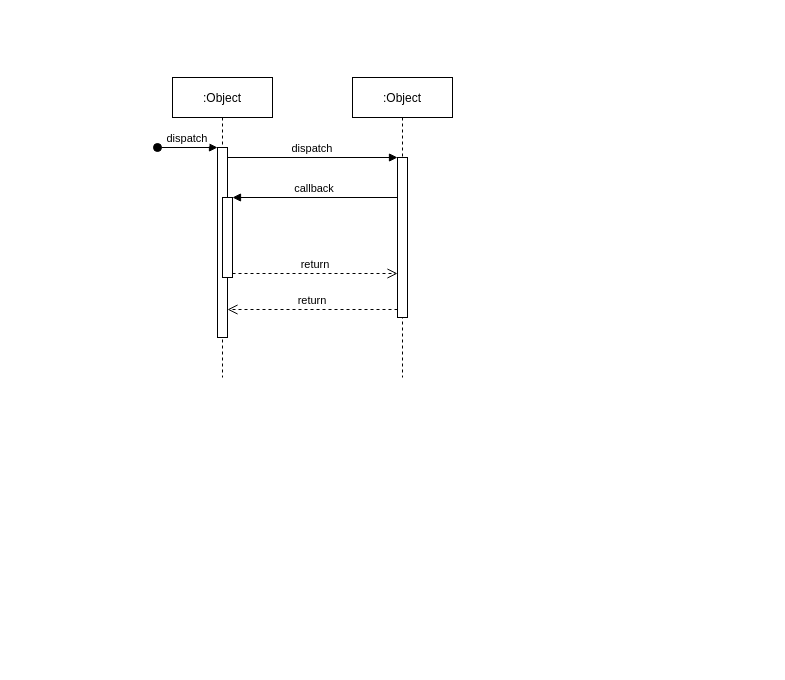
scrumtuous/world-travels keeps this draw.io diagram as Untitled Diagram.drawio. Above is the earlier version. Source tidied: cells renumbered, new cells numbered last; positions are measured from the earlier drawing's top-left corner, leaving out a move shared by most shapes. Both pictures are drawn from the tidied source at 100%, with x=0, y=0 at pixel (157, 77).
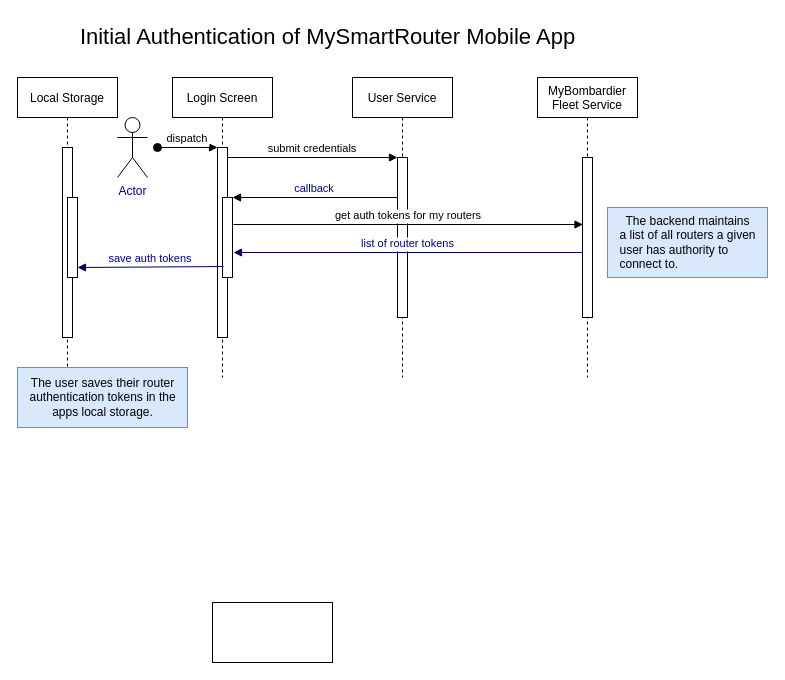
After the change.

Unchanged cells that the change refers to:
```xml
<mxCell id="3" style="points=[];perimeter=orthogonalPerimeter;rounded=0;shadow=0;strokeWidth=1;" parent="2" vertex="1">
  <mxGeometry x="45" y="70" width="10" height="190" as="geometry" />
</mxCell>
<mxCell id="5" style="points=[];perimeter=orthogonalPerimeter;rounded=0;shadow=0;strokeWidth=1;" parent="2" vertex="1">
  <mxGeometry x="50" y="120" width="10" height="80" as="geometry" />
</mxCell>
<mxCell id="7" style="points=[];perimeter=orthogonalPerimeter;rounded=0;shadow=0;strokeWidth=1;" parent="6" vertex="1">
  <mxGeometry x="45" y="80" width="10" height="160" as="geometry" />
</mxCell>
```

Change to the diagram source:
```diff
@@
-    <mxCell id="2" value=":Object" style="shape=umlLifeline;perimeter=lifelinePerimeter;rounded=0;shadow=0;strokeWidth=1;" parent="1" vertex="1">
+    <mxCell id="2" value="Login Screen" style="shape=umlLifeline;perimeter=lifelinePerimeter;rounded=0;shadow=0;strokeWidth=1;" parent="1" vertex="1">
       <mxGeometry x="15" width="100" height="300" as="geometry" />
     </mxCell>
@@
-    <mxCell id="6" value=":Object" style="shape=umlLifeline;perimeter=lifelinePerimeter;rounded=0;shadow=0;strokeWidth=1;" parent="1" vertex="1">
+    <mxCell id="6" value="User Service" style="shape=umlLifeline;perimeter=lifelinePerimeter;rounded=0;shadow=0;strokeWidth=1;" parent="1" vertex="1">
       <mxGeometry x="195" width="100" height="300" as="geometry" />
     </mxCell>
@@
-    <mxCell id="8" value="return" style="verticalAlign=bottom;endArrow=open;dashed=1;endSize=8;exitX=0;exitY=0.95;shadow=0;strokeWidth=1;" parent="1" edge="1" source="7" target="3">
-      <mxGeometry relative="1" as="geometry" />
-    </mxCell>
-    <mxCell id="9" value="dispatch" style="verticalAlign=bottom;endArrow=block;entryX=0;entryY=0;shadow=0;strokeWidth=1;" parent="1" edge="1" source="3" target="7">
+    <mxCell id="9" value="submit credentials" style="verticalAlign=bottom;endArrow=block;entryX=0;entryY=0;shadow=0;strokeWidth=1;" parent="1" edge="1" source="3" target="7">
       <mxGeometry relative="1" as="geometry" />
     </mxCell>
-    <mxCell id="10" value="callback" style="verticalAlign=bottom;endArrow=block;entryX=1;entryY=0;shadow=0;strokeWidth=1;" parent="1" edge="1" source="7" target="5">
+    <mxCell id="10" value="callback" style="verticalAlign=bottom;endArrow=block;entryX=1;entryY=0;shadow=0;strokeWidth=1;fontColor=#000099;" parent="1" edge="1" source="7" target="5">
       <mxGeometry relative="1" as="geometry" />
     </mxCell>
-    <mxCell id="11" value="return" style="verticalAlign=bottom;endArrow=open;dashed=1;endSize=8;exitX=1;exitY=0.95;shadow=0;strokeWidth=1;" parent="1" edge="1" source="5" target="7">
-      <mxGeometry relative="1" as="geometry" />
-    </mxCell>
+    <mxCell id="12" value="MyBombardier &#10;Fleet Service" style="shape=umlLifeline;perimeter=lifelinePerimeter;rounded=0;shadow=0;strokeWidth=1;" parent="1" vertex="1">
+      <mxGeometry x="380" width="100" height="300" as="geometry" />
+    </mxCell>
+    <mxCell id="13" style="perimeter=orthogonalPerimeter;rounded=0;shadow=0;strokeWidth=1;" parent="12" vertex="1">
+      <mxGeometry x="45" y="80" width="10" height="160" as="geometry" />
+    </mxCell>
+    <mxCell id="14" value="get auth tokens for my routers" style="verticalAlign=bottom;endArrow=block;shadow=0;strokeWidth=1;" parent="1" edge="1">
+      <mxGeometry relative="1" as="geometry">
+        <mxPoint x="76" y="147" as="sourcePoint" />
+        <mxPoint x="425.5" y="147" as="targetPoint" />
+      </mxGeometry>
+    </mxCell>
+    <mxCell id="15" value="list of router tokens" style="verticalAlign=bottom;endArrow=block;entryX=1;entryY=0;shadow=0;strokeWidth=1;strokeColor=#000066;fontColor=#000099;" parent="1" edge="1">
+      <mxGeometry relative="1" as="geometry">
+        <mxPoint x="425.5" y="175" as="sourcePoint" />
+        <mxPoint x="76" y="175" as="targetPoint" />
+      </mxGeometry>
+    </mxCell>
+    <mxCell id="16" value="Local Storage" style="shape=umlLifeline;perimeter=lifelinePerimeter;rounded=0;shadow=0;strokeWidth=1;" parent="1" vertex="1">
+      <mxGeometry x="-140" width="100" height="300" as="geometry" />
+    </mxCell>
+    <mxCell id="17" style="perimeter=orthogonalPerimeter;rounded=0;shadow=0;strokeWidth=1;" parent="16" vertex="1">
+      <mxGeometry x="45" y="70" width="10" height="190" as="geometry" />
+    </mxCell>
+    <mxCell id="18" style="perimeter=orthogonalPerimeter;rounded=0;shadow=0;strokeWidth=1;" parent="16" vertex="1">
+      <mxGeometry x="50" y="120" width="10" height="80" as="geometry" />
+    </mxCell>
+    <mxCell id="19" value="save auth tokens" style="verticalAlign=bottom;endArrow=block;entryX=1;entryY=0;shadow=0;strokeWidth=1;strokeColor=#000066;fontColor=#000099;exitX=0.1;exitY=0.863;exitDx=0;exitDy=0;exitPerimeter=0;" parent="1" edge="1" source="5">
+      <mxGeometry relative="1" as="geometry">
+        <mxPoint x="-80" y="190" as="targetPoint" />
+      </mxGeometry>
+    </mxCell>
+    <mxCell id="20" value="Actor" style="shape=umlActor;verticalLabelPosition=bottom;verticalAlign=top;html=1;fontColor=#000099;" parent="1" vertex="1">
+      <mxGeometry x="-40" y="40" width="30" height="60" as="geometry" />
+    </mxCell>
+    <mxCell id="21" value="The backend maintains&lt;br&gt;&lt;div style=&quot;text-align: left;&quot;&gt;a list of all routers a given&lt;/div&gt;&lt;div style=&quot;text-align: left;&quot;&gt;user has authority to&lt;/div&gt;&lt;div style=&quot;text-align: left;&quot;&gt;connect to.&lt;/div&gt;" style="text;html=1;align=center;verticalAlign=middle;strokeColor=#6c8ebf;fillColor=#dae8fc;" parent="1" vertex="1">
+      <mxGeometry x="450" y="130" width="160" height="70" as="geometry" />
+    </mxCell>
+    <mxCell id="22" value="The user saves their router&lt;br&gt;authentication tokens in the&lt;br&gt;apps local storage." style="text;html=1;align=center;verticalAlign=middle;strokeColor=#6c8ebf;fillColor=#dae8fc;" parent="1" vertex="1">
+      <mxGeometry x="-140" y="290" width="170" height="60" as="geometry" />
+    </mxCell>
+    <mxCell id="23" value="&lt;font style=&quot;font-size: 22px;&quot; color=&quot;#000000&quot;&gt;Initial Authentication of MySmartRouter Mobile App&lt;/font&gt;" style="text;html=1;align=center;verticalAlign=middle;strokeColor=none;fillColor=none;fontColor=#000099;" parent="1" vertex="1">
+      <mxGeometry x="-90" y="-60" width="520" height="40" as="geometry" />
+    </mxCell>
+    <mxCell id="24" value="&lt;br&gt;&lt;br&gt;" style="whiteSpace=wrap;html=1;fontSize=22;fontColor=#000000;" parent="1" vertex="1">
+      <mxGeometry x="55" y="525" width="120" height="60" as="geometry" />
+    </mxCell>
```
